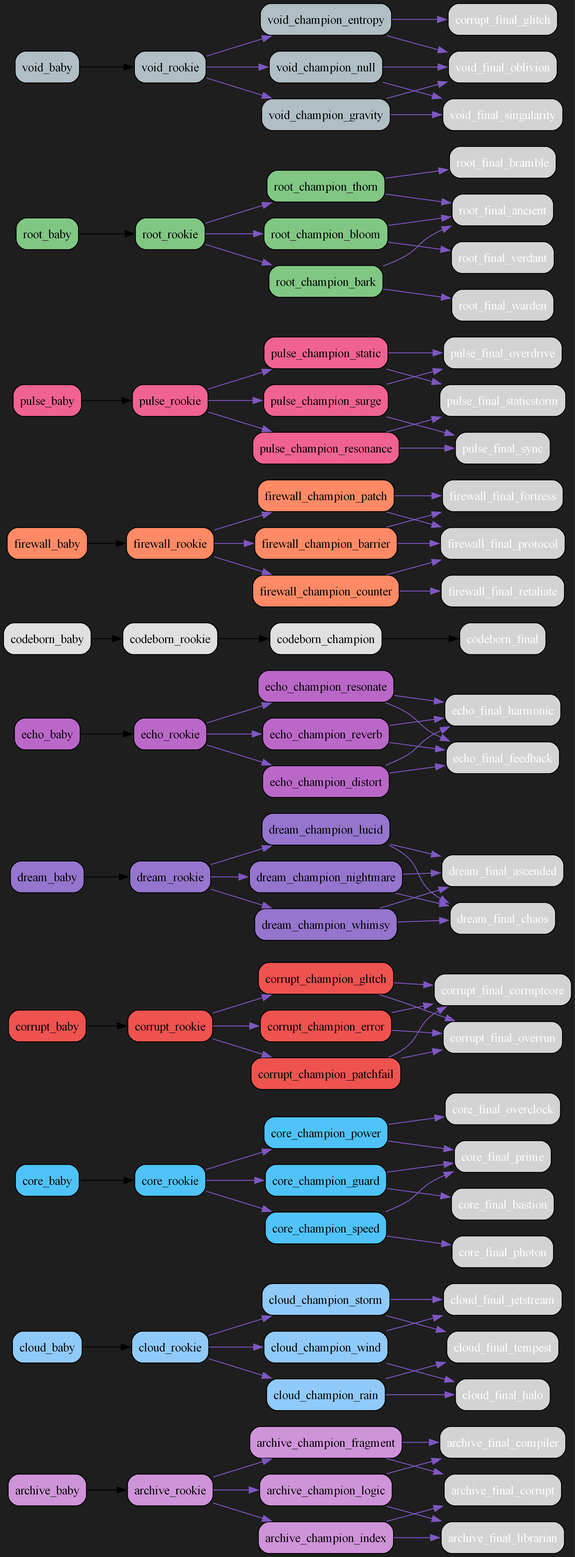
The Graphviz diagram src/netgrid/core/systems/evolution/graphs/dark/evolution_graph_dark.png in bwlight/NetGrid, before a commit. Its source is kept beside it as src/netgrid/core/systems/evolution/graphs/dark/evolution_graph_dark.dot.
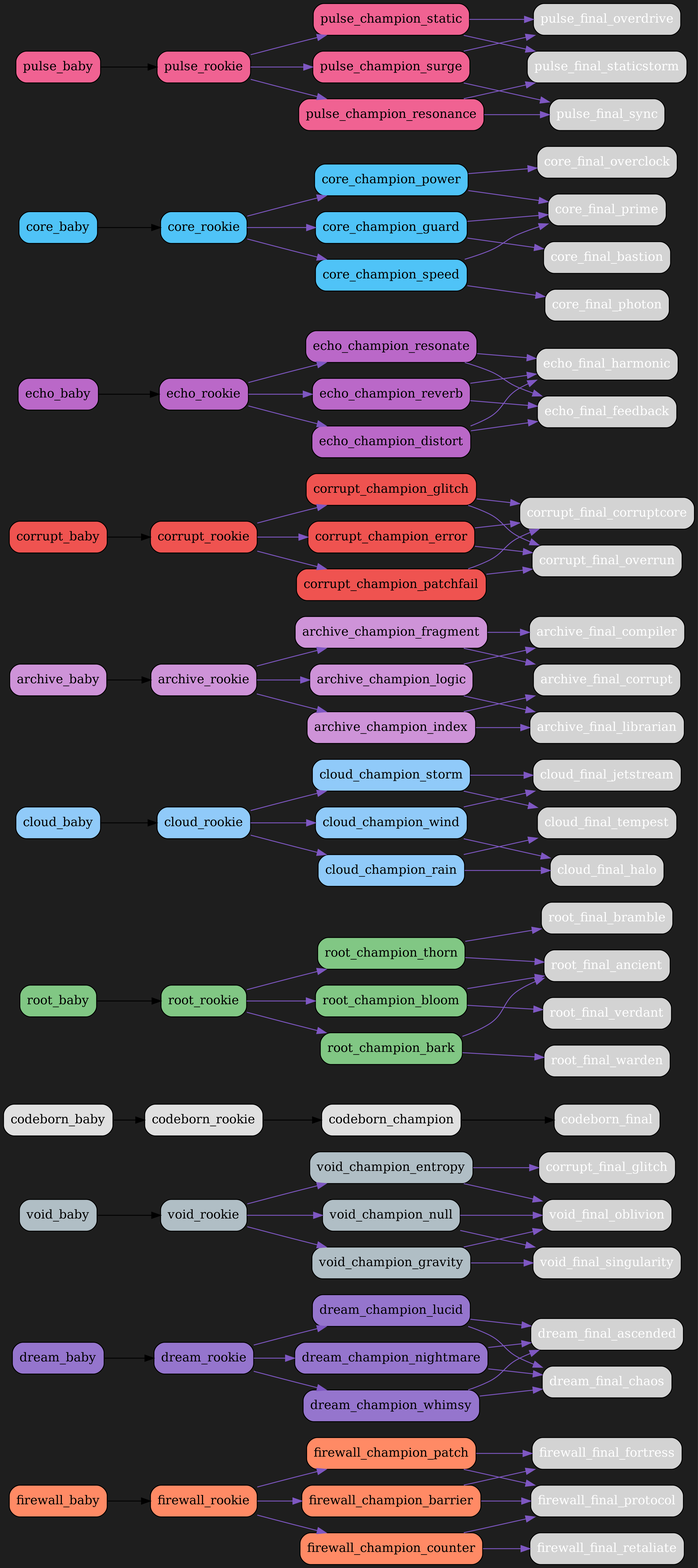
The same file after the commit.

What changed in the source:
```diff
@@ -2,6 +2,87 @@
   rankdir=LR;
   bgcolor="#1e1e1e";
   node [shape=box, style="rounded,filled", fontcolor="white"];
+  "firewall_baby" [fillcolor="#ff8a65", fontcolor="black"];
+  "firewall_baby" -> "firewall_rookie";
+  "firewall_rookie" [fillcolor="#ff8a65", fontcolor="black"];
+  "firewall_rookie" -> "firewall_champion_barrier" [color="#7e57c2"];
+  "firewall_rookie" -> "firewall_champion_counter" [color="#7e57c2"];
+  "firewall_rookie" -> "firewall_champion_patch" [color="#7e57c2"];
+  "firewall_champion_barrier" [fillcolor="#ff8a65", fontcolor="black"];
+  "firewall_champion_barrier" -> "firewall_final_fortress" [color="#7e57c2"];
+  "firewall_champion_barrier" -> "firewall_final_protocol" [color="#7e57c2"];
+  "firewall_champion_counter" [fillcolor="#ff8a65", fontcolor="black"];
+  "firewall_champion_counter" -> "firewall_final_retaliate" [color="#7e57c2"];
+  "firewall_champion_counter" -> "firewall_final_protocol" [color="#7e57c2"];
+  "firewall_champion_patch" [fillcolor="#ff8a65", fontcolor="black"];
+  "firewall_champion_patch" -> "firewall_final_protocol" [color="#7e57c2"];
+  "firewall_champion_patch" -> "firewall_final_fortress" [color="#7e57c2"];
+  "dream_baby" [fillcolor="#9575cd", fontcolor="black"];
+  "dream_baby" -> "dream_rookie";
+  "dream_rookie" [fillcolor="#9575cd", fontcolor="black"];
+  "dream_rookie" -> "dream_champion_lucid" [color="#7e57c2"];
+  "dream_rookie" -> "dream_champion_nightmare" [color="#7e57c2"];
+  "dream_rookie" -> "dream_champion_whimsy" [color="#7e57c2"];
+  "dream_champion_lucid" [fillcolor="#9575cd", fontcolor="black"];
+  "dream_champion_lucid" -> "dream_final_ascended" [color="#7e57c2"];
+  "dream_champion_lucid" -> "dream_final_chaos" [color="#7e57c2"];
+  "dream_champion_nightmare" [fillcolor="#9575cd", fontcolor="black"];
+  "dream_champion_nightmare" -> "dream_final_chaos" [color="#7e57c2"];
+  "dream_champion_nightmare" -> "dream_final_ascended" [color="#7e57c2"];
+  "dream_champion_whimsy" [fillcolor="#9575cd", fontcolor="black"];
+  "dream_champion_whimsy" -> "dream_final_ascended" [color="#7e57c2"];
+  "dream_champion_whimsy" -> "dream_final_chaos" [color="#7e57c2"];
+  "void_baby" [fillcolor="#b0bec5", fontcolor="black"];
+  "void_baby" -> "void_rookie";
+  "void_rookie" [fillcolor="#b0bec5", fontcolor="black"];
+  "void_rookie" -> "void_champion_entropy" [color="#7e57c2"];
+  "void_rookie" -> "void_champion_gravity" [color="#7e57c2"];
+  "void_rookie" -> "void_champion_null" [color="#7e57c2"];
+  "void_champion_entropy" [fillcolor="#b0bec5", fontcolor="black"];
+  "void_champion_entropy" -> "corrupt_final_glitch" [color="#7e57c2"];
+  "void_champion_entropy" -> "void_final_oblivion" [color="#7e57c2"];
+  "void_champion_gravity" [fillcolor="#b0bec5", fontcolor="black"];
+  "void_champion_gravity" -> "void_final_singularity" [color="#7e57c2"];
+  "void_champion_gravity" -> "void_final_oblivion" [color="#7e57c2"];
+  "void_champion_null" [fillcolor="#b0bec5", fontcolor="black"];
+  "void_champion_null" -> "void_final_oblivion" [color="#7e57c2"];
+  "void_champion_null" -> "void_final_singularity" [color="#7e57c2"];
+  "codeborn_baby" [fillcolor="#e0e0e0", fontcolor="black"];
+  "codeborn_baby" -> "codeborn_rookie";
+  "codeborn_rookie" [fillcolor="#e0e0e0", fontcolor="black"];
+  "codeborn_rookie" -> "codeborn_champion";
+  "codeborn_champion" [fillcolor="#e0e0e0", fontcolor="black"];
+  "codeborn_champion" -> "codeborn_final";
+  "root_baby" [fillcolor="#81c784", fontcolor="black"];
+  "root_baby" -> "root_rookie";
+  "root_rookie" [fillcolor="#81c784", fontcolor="black"];
+  "root_rookie" -> "root_champion_thorn" [color="#7e57c2"];
+  "root_rookie" -> "root_champion_bloom" [color="#7e57c2"];
+  "root_rookie" -> "root_champion_bark" [color="#7e57c2"];
+  "root_champion_thorn" [fillcolor="#81c784", fontcolor="black"];
+  "root_champion_thorn" -> "root_final_bramble" [color="#7e57c2"];
+  "root_champion_thorn" -> "root_final_ancient" [color="#7e57c2"];
+  "root_champion_bloom" [fillcolor="#81c784", fontcolor="black"];
+  "root_champion_bloom" -> "root_final_ancient" [color="#7e57c2"];
+  "root_champion_bloom" -> "root_final_verdant" [color="#7e57c2"];
+  "root_champion_bark" [fillcolor="#81c784", fontcolor="black"];
+  "root_champion_bark" -> "root_final_warden" [color="#7e57c2"];
+  "root_champion_bark" -> "root_final_ancient" [color="#7e57c2"];
+  "cloud_baby" [fillcolor="#90caf9", fontcolor="black"];
+  "cloud_baby" -> "cloud_rookie";
+  "cloud_rookie" [fillcolor="#90caf9", fontcolor="black"];
+  "cloud_rookie" -> "cloud_champion_wind" [color="#7e57c2"];
+  "cloud_rookie" -> "cloud_champion_rain" [color="#7e57c2"];
+  "cloud_rookie" -> "cloud_champion_storm" [color="#7e57c2"];
+  "cloud_champion_wind" [fillcolor="#90caf9", fontcolor="black"];
+  "cloud_champion_wind" -> "cloud_final_jetstream" [color="#7e57c2"];
+  "cloud_champion_wind" -> "cloud_final_halo" [color="#7e57c2"];
+  "cloud_champion_rain" [fillcolor="#90caf9", fontcolor="black"];
+  "cloud_champion_rain" -> "cloud_final_halo" [color="#7e57c2"];
+  "cloud_champion_rain" -> "cloud_final_tempest" [color="#7e57c2"];
+  "cloud_champion_storm" [fillcolor="#90caf9", fontcolor="black"];
+  "cloud_champion_storm" -> "cloud_final_tempest" [color="#7e57c2"];
+  "cloud_champion_storm" -> "cloud_final_jetstream" [color="#7e57c2"];
   "archive_baby" [fillcolor="#ce93d8", fontcolor="black"];
   "archive_baby" -> "archive_rookie";
   "archive_rookie" [fillcolor="#ce93d8", fontcolor="black"];
@@ -17,21 +98,36 @@
   "archive_champion_fragment" [fillcolor="#ce93d8", fontcolor="black"];
   "archive_champion_fragment" -> "archive_final_corrupt" [color="#7e57c2"];
   "archive_champion_fragment" -> "archive_final_compiler" [color="#7e57c2"];
-  "cloud_baby" [fillcolor="#90caf9", fontcolor="black"];
-  "cloud_baby" -> "cloud_rookie";
-  "cloud_rookie" [fillcolor="#90caf9", fontcolor="black"];
-  "cloud_rookie" -> "cloud_champion_wind" [color="#7e57c2"];
-  "cloud_rookie" -> "cloud_champion_rain" [color="#7e57c2"];
-  "cloud_rookie" -> "cloud_champion_storm" [color="#7e57c2"];
-  "cloud_champion_wind" [fillcolor="#90caf9", fontcolor="black"];
-  "cloud_champion_wind" -> "cloud_final_jetstream" [color="#7e57c2"];
-  "cloud_champion_wind" -> "cloud_final_halo" [color="#7e57c2"];
-  "cloud_champion_rain" [fillcolor="#90caf9", fontcolor="black"];
-  "cloud_champion_rain" -> "cloud_final_halo" [color="#7e57c2"];
-  "cloud_champion_rain" -> "cloud_final_tempest" [color="#7e57c2"];
-  "cloud_champion_storm" [fillcolor="#90caf9", fontcolor="black"];
-  "cloud_champion_storm" -> "cloud_final_tempest" [color="#7e57c2"];
-  "cloud_champion_storm" -> "cloud_final_jetstream" [color="#7e57c2"];
+  "corrupt_baby" [fillcolor="#ef5350", fontcolor="black"];
+  "corrupt_baby" -> "corrupt_rookie";
+  "corrupt_rookie" [fillcolor="#ef5350", fontcolor="black"];
+  "corrupt_rookie" -> "corrupt_champion_glitch" [color="#7e57c2"];
+  "corrupt_rookie" -> "corrupt_champion_error" [color="#7e57c2"];
+  "corrupt_rookie" -> "corrupt_champion_patchfail" [color="#7e57c2"];
+  "corrupt_champion_glitch" [fillcolor="#ef5350", fontcolor="black"];
+  "corrupt_champion_glitch" -> "corrupt_final_corruptcore" [color="#7e57c2"];
+  "corrupt_champion_glitch" -> "corrupt_final_overrun" [color="#7e57c2"];
+  "corrupt_champion_error" [fillcolor="#ef5350", fontcolor="black"];
+  "corrupt_champion_error" -> "corrupt_final_overrun" [color="#7e57c2"];
+  "corrupt_champion_error" -> "corrupt_final_corruptcore" [color="#7e57c2"];
+  "corrupt_champion_patchfail" [fillcolor="#ef5350", fontcolor="black"];
+  "corrupt_champion_patchfail" -> "corrupt_final_corruptcore" [color="#7e57c2"];
+  "corrupt_champion_patchfail" -> "corrupt_final_overrun" [color="#7e57c2"];
+  "echo_baby" [fillcolor="#ba68c8", fontcolor="black"];
+  "echo_baby" -> "echo_rookie";
+  "echo_rookie" [fillcolor="#ba68c8", fontcolor="black"];
+  "echo_rookie" -> "echo_champion_resonate" [color="#7e57c2"];
+  "echo_rookie" -> "echo_champion_reverb" [color="#7e57c2"];
+  "echo_rookie" -> "echo_champion_distort" [color="#7e57c2"];
+  "echo_champion_resonate" [fillcolor="#ba68c8", fontcolor="black"];
+  "echo_champion_resonate" -> "echo_final_harmonic" [color="#7e57c2"];
+  "echo_champion_resonate" -> "echo_final_feedback" [color="#7e57c2"];
+  "echo_champion_reverb" [fillcolor="#ba68c8", fontcolor="black"];
+  "echo_champion_reverb" -> "echo_final_feedback" [color="#7e57c2"];
+  "echo_champion_reverb" -> "echo_final_harmonic" [color="#7e57c2"];
+  "echo_champion_distort" [fillcolor="#ba68c8", fontcolor="black"];
+  "echo_champion_distort" -> "echo_final_feedback" [color="#7e57c2"];
+  "echo_champion_distort" -> "echo_final_harmonic" [color="#7e57c2"];
   "core_baby" [fillcolor="#4fc3f7", fontcolor="black"];
   "core_baby" -> "core_rookie";
   "core_rookie" [fillcolor="#4fc3f7", fontcolor="black"];
@@ -47,72 +143,6 @@
   "core_champion_speed" [fillcolor="#4fc3f7", fontcolor="black"];
   "core_champion_speed" -> "core_final_photon" [color="#7e57c2"];
   "core_champion_speed" -> "core_final_prime" [color="#7e57c2"];
-  "corrupt_baby" [fillcolor="#ef5350", fontcolor="black"];
-  "corrupt_baby" -> "corrupt_rookie";
-  "corrupt_rookie" [fillcolor="#ef5350", fontcolor="black"];
-  "corrupt_rookie" -> "corrupt_champion_glitch" [color="#7e57c2"];
-  "corrupt_rookie" -> "corrupt_champion_error" [color="#7e57c2"];
-  "corrupt_rookie" -> "corrupt_champion_patchfail" [color="#7e57c2"];
-  "corrupt_champion_glitch" [fillcolor="#ef5350", fontcolor="black"];
-  "corrupt_champion_glitch" -> "corrupt_final_corruptcore" [color="#7e57c2"];
-  "corrupt_champion_glitch" -> "corrupt_final_overrun" [color="#7e57c2"];
-  "corrupt_champion_error" [fillcolor="#ef5350", fontcolor="black"];
-  "corrupt_champion_error" -> "corrupt_final_overrun" [color="#7e57c2"];
-  "corrupt_champion_error" -> "corrupt_final_corruptcore" [color="#7e57c2"];
-  "corrupt_champion_patchfail" [fillcolor="#ef5350", fontcolor="black"];
-  "corrupt_champion_patchfail" -> "corrupt_final_corruptcore" [color="#7e57c2"];
-  "corrupt_champion_patchfail" -> "corrupt_final_overrun" [color="#7e57c2"];
-  "dream_baby" [fillcolor="#9575cd", fontcolor="black"];
-  "dream_baby" -> "dream_rookie";
-  "dream_rookie" [fillcolor="#9575cd", fontcolor="black"];
-  "dream_rookie" -> "dream_champion_lucid" [color="#7e57c2"];
-  "dream_rookie" -> "dream_champion_nightmare" [color="#7e57c2"];
-  "dream_rookie" -> "dream_champion_whimsy" [color="#7e57c2"];
-  "dream_champion_lucid" [fillcolor="#9575cd", fontcolor="black"];
-  "dream_champion_lucid" -> "dream_final_ascended" [color="#7e57c2"];
-  "dream_champion_lucid" -> "dream_final_chaos" [color="#7e57c2"];
-  "dream_champion_nightmare" [fillcolor="#9575cd", fontcolor="black"];
-  "dream_champion_nightmare" -> "dream_final_chaos" [color="#7e57c2"];
-  "dream_champion_nightmare" -> "dream_final_ascended" [color="#7e57c2"];
-  "dream_champion_whimsy" [fillcolor="#9575cd", fontcolor="black"];
-  "dream_champion_whimsy" -> "dream_final_ascended" [color="#7e57c2"];
-  "dream_champion_whimsy" -> "dream_final_chaos" [color="#7e57c2"];
-  "echo_baby" [fillcolor="#ba68c8", fontcolor="black"];
-  "echo_baby" -> "echo_rookie";
-  "echo_rookie" [fillcolor="#ba68c8", fontcolor="black"];
-  "echo_rookie" -> "echo_champion_resonate" [color="#7e57c2"];
-  "echo_rookie" -> "echo_champion_reverb" [color="#7e57c2"];
-  "echo_rookie" -> "echo_champion_distort" [color="#7e57c2"];
-  "echo_champion_resonate" [fillcolor="#ba68c8", fontcolor="black"];
-  "echo_champion_resonate" -> "echo_final_harmonic" [color="#7e57c2"];
-  "echo_champion_resonate" -> "echo_final_feedback" [color="#7e57c2"];
-  "echo_champion_reverb" [fillcolor="#ba68c8", fontcolor="black"];
-  "echo_champion_reverb" -> "echo_final_feedback" [color="#7e57c2"];
-  "echo_champion_reverb" -> "echo_final_harmonic" [color="#7e57c2"];
-  "echo_champion_distort" [fillcolor="#ba68c8", fontcolor="black"];
-  "echo_champion_distort" -> "echo_final_feedback" [color="#7e57c2"];
-  "echo_champion_distort" -> "echo_final_harmonic" [color="#7e57c2"];
-  "codeborn_baby" [fillcolor="#e0e0e0", fontcolor="black"];
-  "codeborn_baby" -> "codeborn_rookie";
-  "codeborn_rookie" [fillcolor="#e0e0e0", fontcolor="black"];
-  "codeborn_rookie" -> "codeborn_champion";
-  "codeborn_champion" [fillcolor="#e0e0e0", fontcolor="black"];
-  "codeborn_champion" -> "codeborn_final";
-  "firewall_baby" [fillcolor="#ff8a65", fontcolor="black"];
-  "firewall_baby" -> "firewall_rookie";
-  "firewall_rookie" [fillcolor="#ff8a65", fontcolor="black"];
-  "firewall_rookie" -> "firewall_champion_barrier" [color="#7e57c2"];
-  "firewall_rookie" -> "firewall_champion_counter" [color="#7e57c2"];
-  "firewall_rookie" -> "firewall_champion_patch" [color="#7e57c2"];
-  "firewall_champion_barrier" [fillcolor="#ff8a65", fontcolor="black"];
-  "firewall_champion_barrier" -> "firewall_final_fortress" [color="#7e57c2"];
-  "firewall_champion_barrier" -> "firewall_final_protocol" [color="#7e57c2"];
-  "firewall_champion_counter" [fillcolor="#ff8a65", fontcolor="black"];
-  "firewall_champion_counter" -> "firewall_final_retaliate" [color="#7e57c2"];
-  "firewall_champion_counter" -> "firewall_final_protocol" [color="#7e57c2"];
-  "firewall_champion_patch" [fillcolor="#ff8a65", fontcolor="black"];
-  "firewall_champion_patch" -> "firewall_final_protocol" [color="#7e57c2"];
-  "firewall_champion_patch" -> "firewall_final_fortress" [color="#7e57c2"];
   "pulse_baby" [fillcolor="#f06292", fontcolor="black"];
   "pulse_baby" -> "pulse_rookie";
   "pulse_rookie" [fillcolor="#f06292", fontcolor="black"];
@@ -128,34 +158,4 @@
   "pulse_champion_static" [fillcolor="#f06292", fontcolor="black"];
   "pulse_champion_static" -> "pulse_final_staticstorm" [color="#7e57c2"];
   "pulse_champion_static" -> "pulse_final_overdrive" [color="#7e57c2"];
-  "root_baby" [fillcolor="#81c784", fontcolor="black"];
-  "root_baby" -> "root_rookie";
-  "root_rookie" [fillcolor="#81c784", fontcolor="black"];
-  "root_rookie" -> "root_champion_thorn" [color="#7e57c2"];
-  "root_rookie" -> "root_champion_bloom" [color="#7e57c2"];
-  "root_rookie" -> "root_champion_bark" [color="#7e57c2"];
-  "root_champion_thorn" [fillcolor="#81c784", fontcolor="black"];
-  "root_champion_thorn" -> "root_final_bramble" [color="#7e57c2"];
-  "root_champion_thorn" -> "root_final_ancient" [color="#7e57c2"];
-  "root_champion_bloom" [fillcolor="#81c784", fontcolor="black"];
-  "root_champion_bloom" -> "root_final_ancient" [color="#7e57c2"];
-  "root_champion_bloom" -> "root_final_verdant" [color="#7e57c2"];
-  "root_champion_bark" [fillcolor="#81c784", fontcolor="black"];
-  "root_champion_bark" -> "root_final_warden" [color="#7e57c2"];
-  "root_champion_bark" -> "root_final_ancient" [color="#7e57c2"];
-  "void_baby" [fillcolor="#b0bec5", fontcolor="black"];
-  "void_baby" -> "void_rookie";
-  "void_rookie" [fillcolor="#b0bec5", fontcolor="black"];
-  "void_rookie" -> "void_champion_entropy" [color="#7e57c2"];
-  "void_rookie" -> "void_champion_gravity" [color="#7e57c2"];
-  "void_rookie" -> "void_champion_null" [color="#7e57c2"];
-  "void_champion_entropy" [fillcolor="#b0bec5", fontcolor="black"];
-  "void_champion_entropy" -> "corrupt_final_glitch" [color="#7e57c2"];
-  "void_champion_entropy" -> "void_final_oblivion" [color="#7e57c2"];
-  "void_champion_gravity" [fillcolor="#b0bec5", fontcolor="black"];
-  "void_champion_gravity" -> "void_final_singularity" [color="#7e57c2"];
-  "void_champion_gravity" -> "void_final_oblivion" [color="#7e57c2"];
-  "void_champion_null" [fillcolor="#b0bec5", fontcolor="black"];
-  "void_champion_null" -> "void_final_oblivion" [color="#7e57c2"];
-  "void_champion_null" -> "void_final_singularity" [color="#7e57c2"];
 }
```
